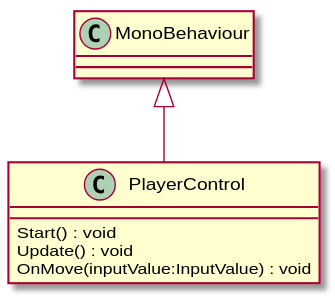
Before: UML/MallowMystery/Assets/Scripts/PlayerControl.svg, a diagram exported from PlantUML (robinsuurs/Mallow_Mysterie). Source of this version:
```plantuml
@startuml
class PlayerControl {
    Start() : void
    Update() : void
    OnMove(inputValue:InputValue) : void
}
MonoBehaviour <|-- PlayerControl
@enduml
```
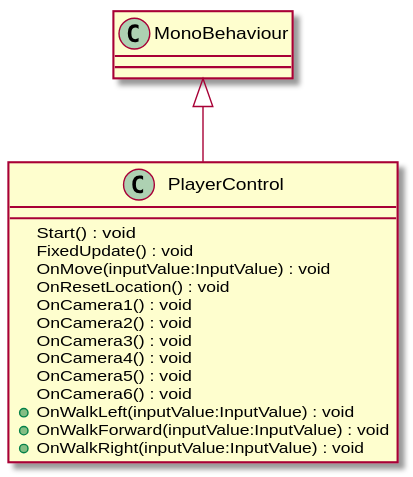
Later version of the same file.

Diff of the diagram source:
```diff
@@ -1,8 +1,18 @@
 @startuml
 class PlayerControl {
     Start() : void
-    Update() : void
+    FixedUpdate() : void
     OnMove(inputValue:InputValue) : void
+    OnResetLocation() : void
+    OnCamera1() : void
+    OnCamera2() : void
+    OnCamera3() : void
+    OnCamera4() : void
+    OnCamera5() : void
+    OnCamera6() : void
+    + OnWalkLeft(inputValue:InputValue) : void
+    + OnWalkForward(inputValue:InputValue) : void
+    + OnWalkRight(inputValue:InputValue) : void
 }
 MonoBehaviour <|-- PlayerControl
 @enduml
```
